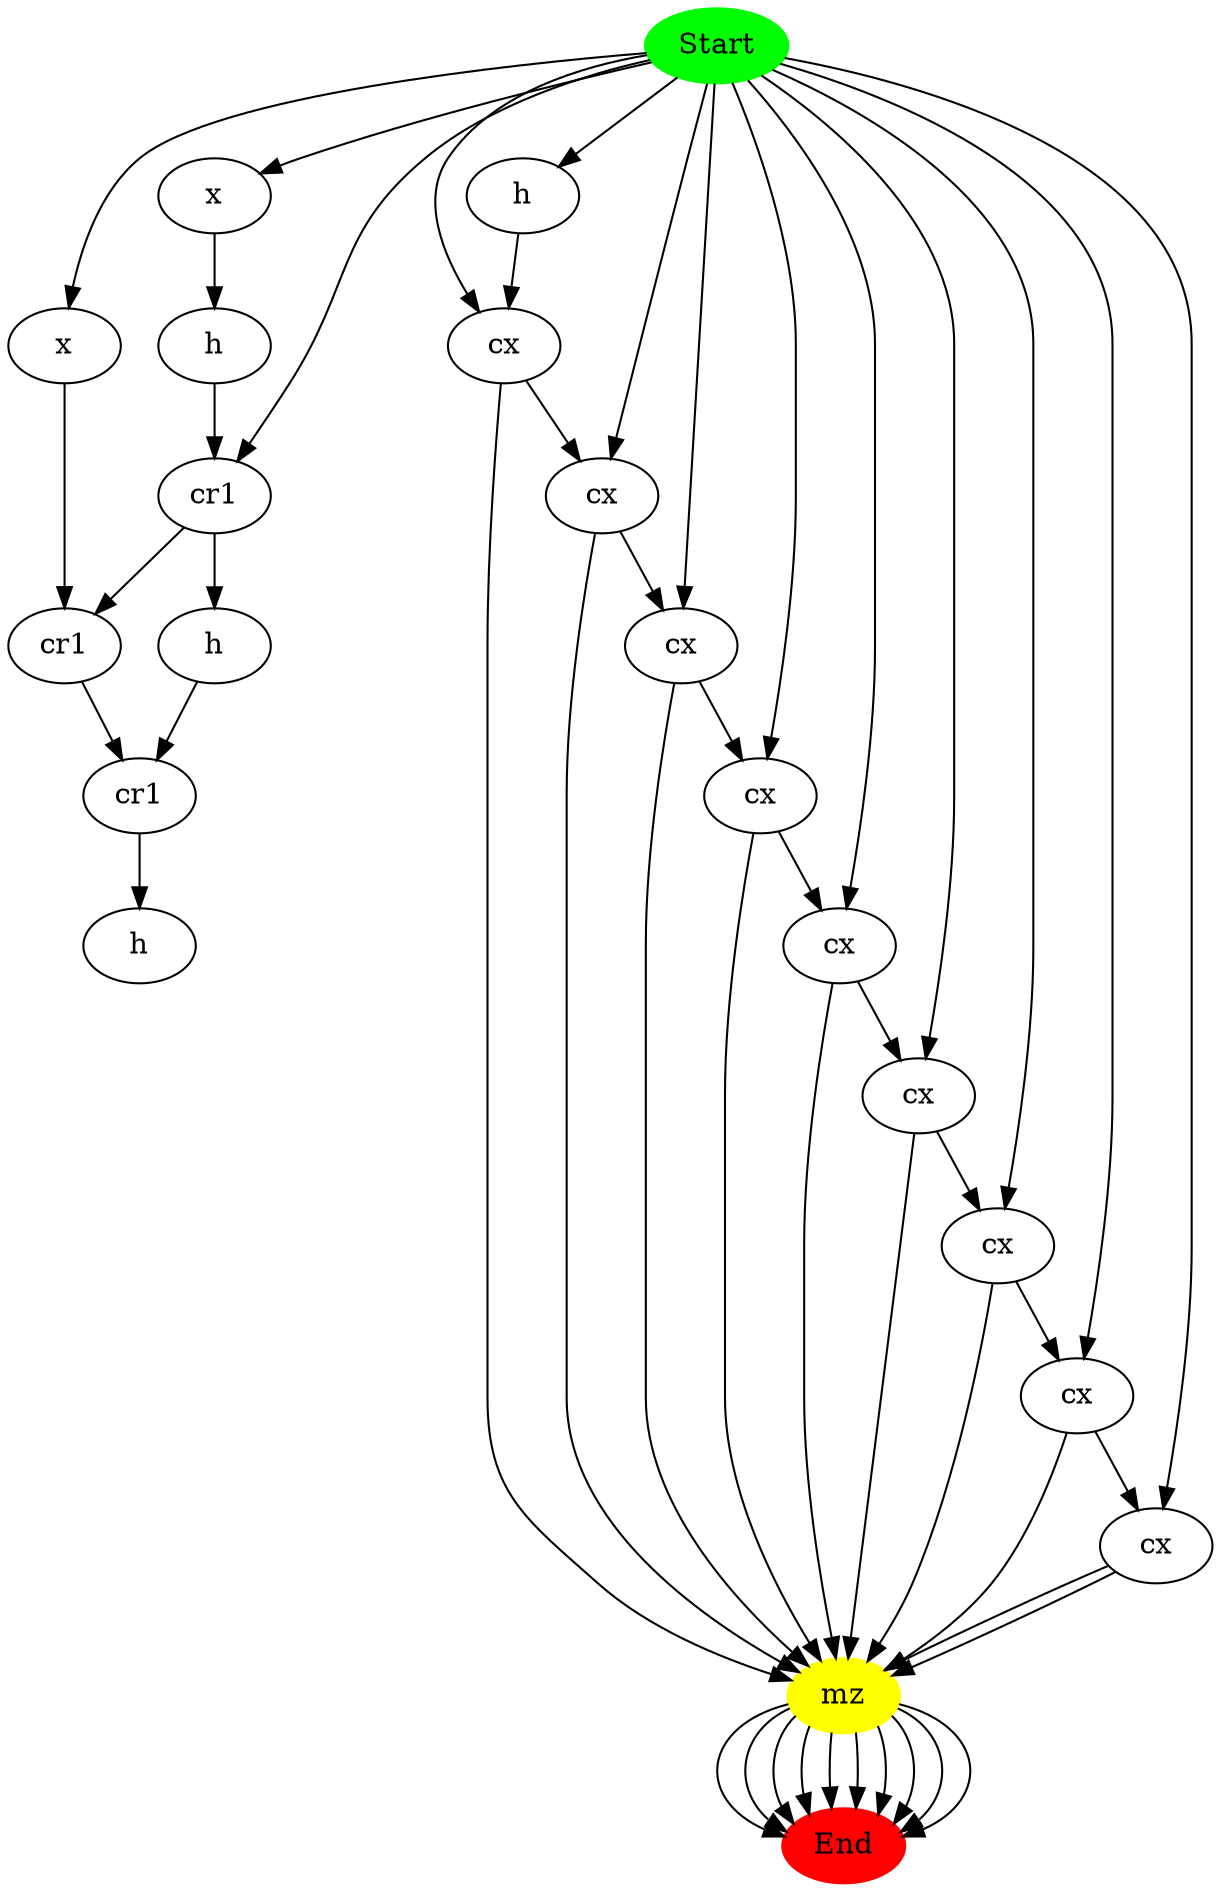
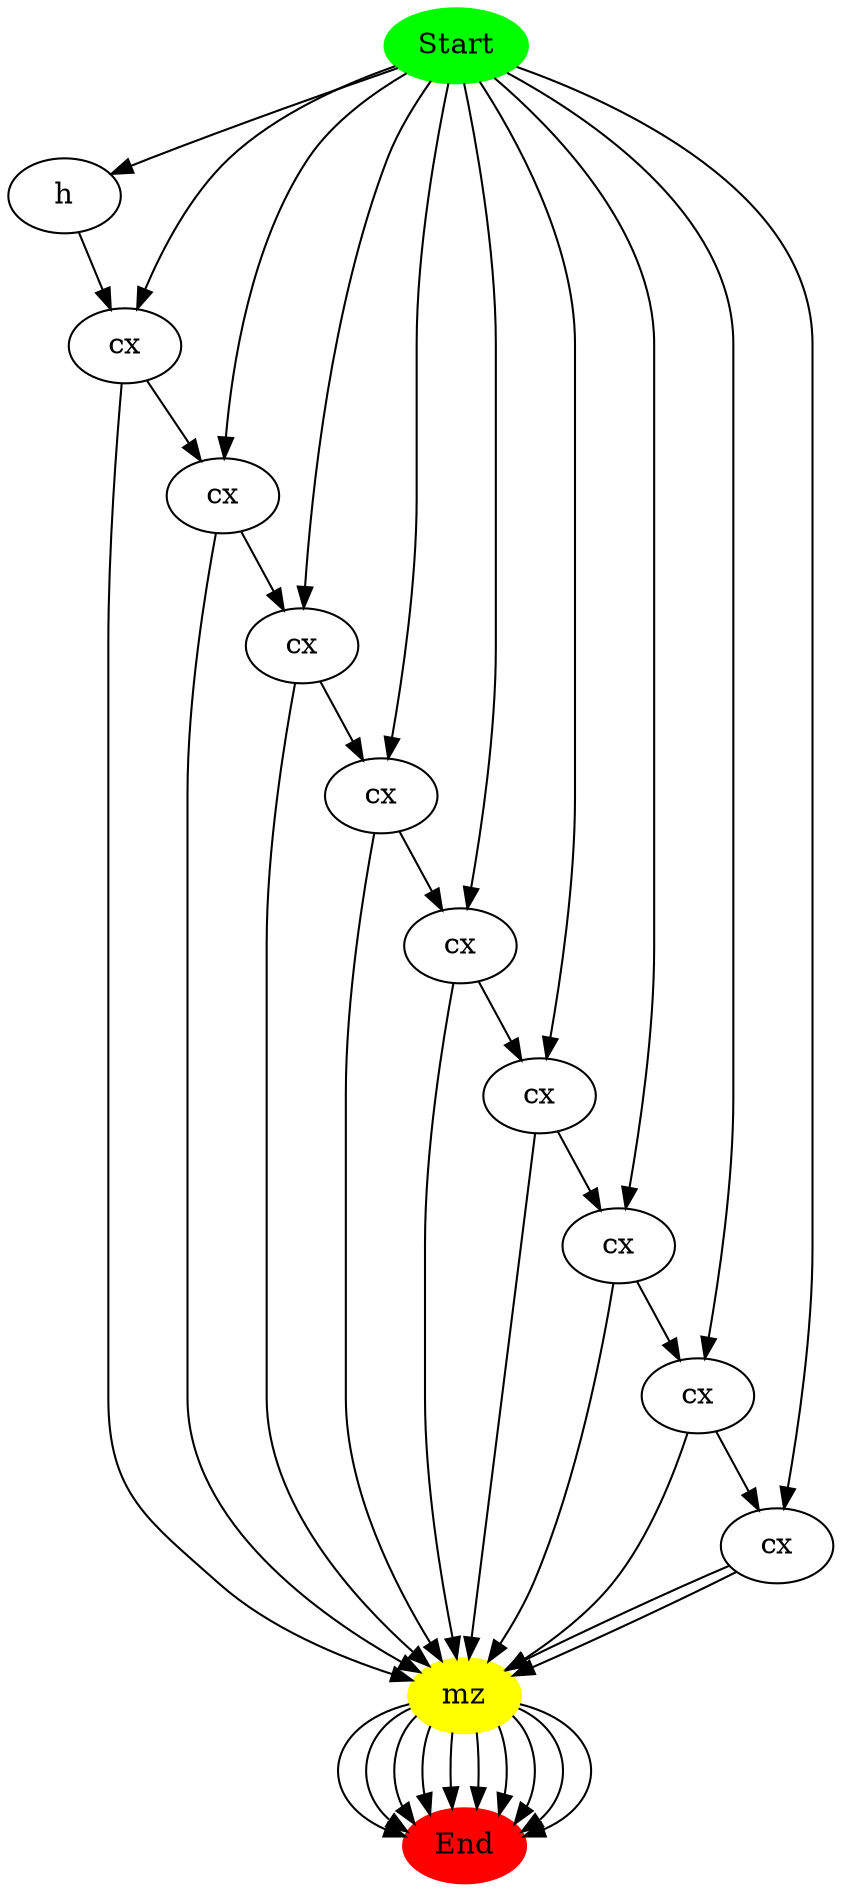
digraph k_DAG_Will {
	Start [label=Start color=green style=filled]
	End [label=End color=red style=filled]
- 	"quake.x(0)@t0" [label=x]
- 	"quake.x(2)@t1" [label=x]
- 	"quake.h(0)@t2" [label=h]
- 	"quake.cr1(1,0)@t3 params=(1.5707963267948966,)" [label=cr1]
- 	"quake.cr1(2,0)@t4 params=(0.7853981633974483,)" [label=cr1]
- 	"quake.h(1)@t5" [label=h]
- 	"quake.cr1(2,1)@t6 params=(1.5707963267948966,)" [label=cr1]
- 	"quake.h(2)@t7" [label=h]
	"quake.h(0)@t0" [label=h]
	"quake.cx(0,1)@t1" [label=cx]
	"quake.cx(0,2)@t2" [label=cx]
	"quake.cx(0,3)@t3" [label=cx]
	"quake.cx(0,4)@t4" [label=cx]
	"quake.cx(0,5)@t5" [label=cx]
	"quake.cx(0,6)@t6" [label=cx]
	"quake.cx(0,7)@t7" [label=cx]
	"quake.cx(0,8)@t8" [label=cx]
	"quake.cx(0,9)@t9" [label=cx]
	"quake.mz(0,1,2,3,4,5,6,7,8,9)@t10" [label=mz color=yellow style=filled]
- 	Start -> "quake.x(0)@t0"
- 	Start -> "quake.x(2)@t1"
- 	"quake.x(0)@t0" -> "quake.h(0)@t2"
- 	Start -> "quake.cr1(1,0)@t3 params=(1.5707963267948966,)"
- 	"quake.h(0)@t2" -> "quake.cr1(1,0)@t3 params=(1.5707963267948966,)"
- 	"quake.x(2)@t1" -> "quake.cr1(2,0)@t4 params=(0.7853981633974483,)"
- 	"quake.cr1(1,0)@t3 params=(1.5707963267948966,)" -> "quake.cr1(2,0)@t4 params=(0.7853981633974483,)"
- 	"quake.cr1(1,0)@t3 params=(1.5707963267948966,)" -> "quake.h(1)@t5"
- 	"quake.cr1(2,0)@t4 params=(0.7853981633974483,)" -> "quake.cr1(2,1)@t6 params=(1.5707963267948966,)"
- 	"quake.h(1)@t5" -> "quake.cr1(2,1)@t6 params=(1.5707963267948966,)"
- 	"quake.cr1(2,1)@t6 params=(1.5707963267948966,)" -> "quake.h(2)@t7"
- 	"quake.mz(0,1,2,3,4,5,6,7,8,9)@t10" -> End
- 	"quake.mz(0,1,2,3,4,5,6,7,8,9)@t10" -> End
- 	"quake.mz(0,1,2,3,4,5,6,7,8,9)@t10" -> End
	Start -> "quake.h(0)@t0"
	"quake.h(0)@t0" -> "quake.cx(0,1)@t1"
	Start -> "quake.cx(0,1)@t1"
	"quake.cx(0,1)@t1" -> "quake.cx(0,2)@t2"
	Start -> "quake.cx(0,2)@t2"
	"quake.cx(0,2)@t2" -> "quake.cx(0,3)@t3"
	Start -> "quake.cx(0,3)@t3"
	"quake.cx(0,3)@t3" -> "quake.cx(0,4)@t4"
	Start -> "quake.cx(0,4)@t4"
	"quake.cx(0,4)@t4" -> "quake.cx(0,5)@t5"
	Start -> "quake.cx(0,5)@t5"
	"quake.cx(0,5)@t5" -> "quake.cx(0,6)@t6"
	Start -> "quake.cx(0,6)@t6"
	"quake.cx(0,6)@t6" -> "quake.cx(0,7)@t7"
	Start -> "quake.cx(0,7)@t7"
	"quake.cx(0,7)@t7" -> "quake.cx(0,8)@t8"
	Start -> "quake.cx(0,8)@t8"
	"quake.cx(0,8)@t8" -> "quake.cx(0,9)@t9"
	Start -> "quake.cx(0,9)@t9"
	"quake.cx(0,9)@t9" -> "quake.mz(0,1,2,3,4,5,6,7,8,9)@t10"
	"quake.cx(0,1)@t1" -> "quake.mz(0,1,2,3,4,5,6,7,8,9)@t10"
	"quake.cx(0,2)@t2" -> "quake.mz(0,1,2,3,4,5,6,7,8,9)@t10"
	"quake.cx(0,3)@t3" -> "quake.mz(0,1,2,3,4,5,6,7,8,9)@t10"
	"quake.cx(0,4)@t4" -> "quake.mz(0,1,2,3,4,5,6,7,8,9)@t10"
	"quake.cx(0,5)@t5" -> "quake.mz(0,1,2,3,4,5,6,7,8,9)@t10"
	"quake.cx(0,6)@t6" -> "quake.mz(0,1,2,3,4,5,6,7,8,9)@t10"
	"quake.cx(0,7)@t7" -> "quake.mz(0,1,2,3,4,5,6,7,8,9)@t10"
	"quake.cx(0,8)@t8" -> "quake.mz(0,1,2,3,4,5,6,7,8,9)@t10"
	"quake.cx(0,9)@t9" -> "quake.mz(0,1,2,3,4,5,6,7,8,9)@t10"
	"quake.mz(0,1,2,3,4,5,6,7,8,9)@t10" -> End
	"quake.mz(0,1,2,3,4,5,6,7,8,9)@t10" -> End
	"quake.mz(0,1,2,3,4,5,6,7,8,9)@t10" -> End
	"quake.mz(0,1,2,3,4,5,6,7,8,9)@t10" -> End
	"quake.mz(0,1,2,3,4,5,6,7,8,9)@t10" -> End
	"quake.mz(0,1,2,3,4,5,6,7,8,9)@t10" -> End
	"quake.mz(0,1,2,3,4,5,6,7,8,9)@t10" -> End
+ 	"quake.mz(0,1,2,3,4,5,6,7,8,9)@t10" -> End
+ 	"quake.mz(0,1,2,3,4,5,6,7,8,9)@t10" -> End
+ 	"quake.mz(0,1,2,3,4,5,6,7,8,9)@t10" -> End
}
